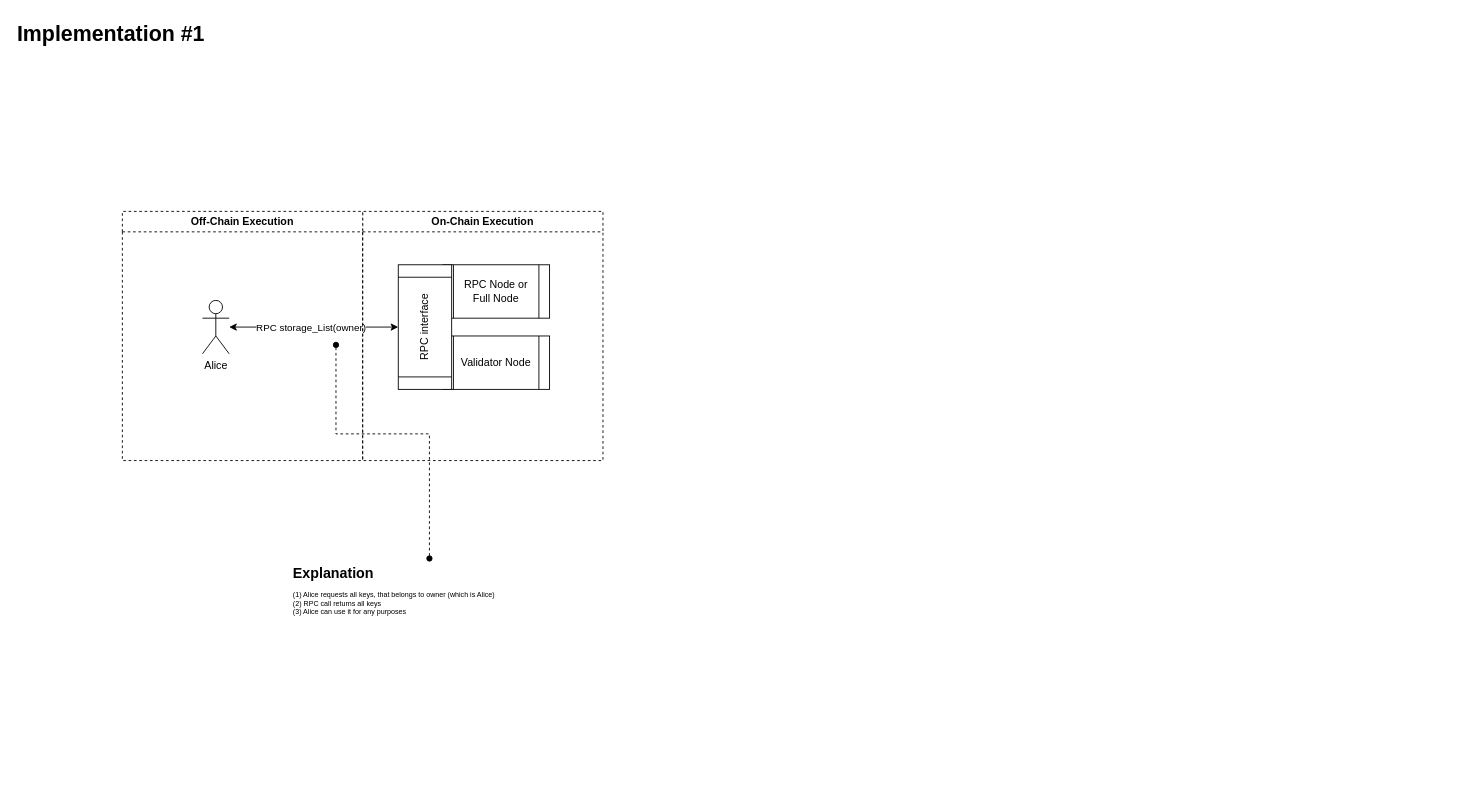
This is page "I1" (1 of 3) of docs/ADR/0011_implmentations_visualization.drawio from QuantumFusion-network/spec, a draw.io file, before an edit. Source tidied: cells renumbered, new cells numbered last; positions are measured from the earlier drawing's top-left corner, leaving out a move shared by most shapes. Both pictures are drawn from the tidied source at 89%, with x=0, y=0 at pixel (15, 15).
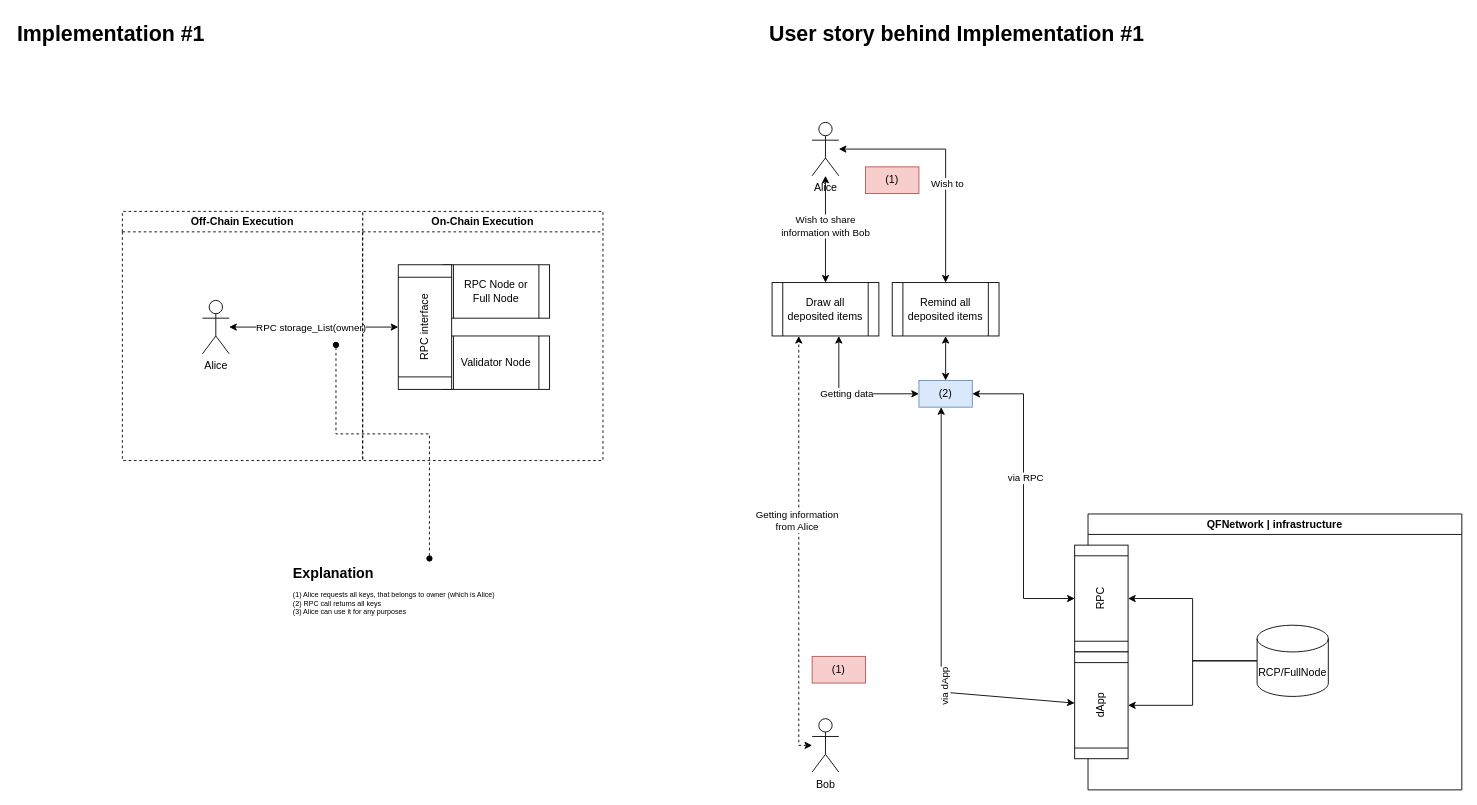
The same diagram, later.

Commit message (it also covers changes not shown here):
Add user's stories

What changed in the source:
```diff
@@
+    <mxCell id="13" value="&lt;h1 style=&quot;margin-top: 0px;&quot;&gt;User story behind Implementation #1&lt;/h1&gt;" style="text;html=1;whiteSpace=wrap;overflow=hidden;rounded=0;" parent="1" vertex="1">
+      <mxGeometry x="845" width="760" height="120" as="geometry" />
+    </mxCell>
+    <mxCell id="14" style="edgeStyle=orthogonalEdgeStyle;rounded=0;jettySize=auto;html=1;startArrow=classic;startFill=1;" parent="1" edge="1" source="18" target="21">
+      <mxGeometry relative="1" as="geometry" />
+    </mxCell>
+    <mxCell id="15" value="Wish to share&lt;br&gt;information with Bob" style="edgeLabel;html=1;align=center;verticalAlign=middle;" parent="14" vertex="1">
+      <mxGeometry x="-0.07" relative="1" as="geometry">
+        <mxPoint x="-1" as="offset" />
+      </mxGeometry>
+    </mxCell>
+    <mxCell id="16" style="edgeStyle=orthogonalEdgeStyle;rounded=0;jettySize=auto;html=1;startArrow=classic;startFill=1;" parent="1" edge="1" source="18" target="23">
+      <mxGeometry relative="1" as="geometry" />
+    </mxCell>
+    <mxCell id="17" value="Wish to" style="edgeLabel;html=1;align=center;verticalAlign=middle;" parent="16" vertex="1">
+      <mxGeometry x="0.17" y="1" relative="1" as="geometry" />
+    </mxCell>
+    <mxCell id="18" value="Alice" style="shape=umlActor;verticalLabelPosition=bottom;verticalAlign=top;html=1;outlineConnect=0;" parent="1" vertex="1">
+      <mxGeometry x="895" y="120" width="30" height="60" as="geometry" />
+    </mxCell>
+    <mxCell id="19" style="edgeStyle=orthogonalEdgeStyle;rounded=0;jettySize=auto;html=1;entryX=0;entryY=0.5;entryDx=0;entryDy=0;startArrow=classic;startFill=1;" parent="1" edge="1" source="21" target="35">
+      <mxGeometry relative="1" as="geometry">
+        <Array as="points">
+          <mxPoint x="925" y="425" />
+        </Array>
+      </mxGeometry>
+    </mxCell>
+    <mxCell id="20" value="Getting data" style="edgeLabel;html=1;align=center;verticalAlign=middle;" parent="19" vertex="1">
+      <mxGeometry x="-0.06" y="1" relative="1" as="geometry" />
+    </mxCell>
+    <mxCell id="21" value="Draw all deposited items" style="shape=process;whiteSpace=wrap;html=1;backgroundOutline=1;" parent="1" vertex="1">
+      <mxGeometry x="850" y="300" width="120" height="60" as="geometry" />
+    </mxCell>
+    <mxCell id="22" style="edgeStyle=orthogonalEdgeStyle;rounded=0;jettySize=auto;html=1;entryX=0.5;entryY=0;entryDx=0;entryDy=0;startArrow=classic;startFill=1;" parent="1" edge="1" source="23" target="35">
+      <mxGeometry relative="1" as="geometry" />
+    </mxCell>
+    <mxCell id="23" value="Remind all deposited items" style="shape=process;whiteSpace=wrap;html=1;backgroundOutline=1;" parent="1" vertex="1">
+      <mxGeometry x="985" y="300" width="120" height="60" as="geometry" />
+    </mxCell>
+    <mxCell id="24" value="QFNetwork | infrastructure" style="swimlane;whiteSpace=wrap;html=1;" parent="1" vertex="1">
+      <mxGeometry x="1205" y="560" width="420" height="310" as="geometry" />
+    </mxCell>
+    <mxCell id="25" value="RPC" style="shape=process;whiteSpace=wrap;html=1;backgroundOutline=1;rotation=-90;" parent="24" vertex="1">
+      <mxGeometry x="-45" y="65" width="120" height="60" as="geometry" />
+    </mxCell>
+    <mxCell id="26" value="dApp" style="shape=process;whiteSpace=wrap;html=1;backgroundOutline=1;rotation=-90;" parent="24" vertex="1">
+      <mxGeometry x="-45" y="185" width="120" height="60" as="geometry" />
+    </mxCell>
+    <mxCell id="27" style="edgeStyle=orthogonalEdgeStyle;rounded=0;jettySize=auto;html=1;entryX=0.5;entryY=1;entryDx=0;entryDy=0;" parent="24" edge="1" source="28" target="25">
+      <mxGeometry relative="1" as="geometry" />
+    </mxCell>
+    <mxCell id="28" value="RCP/FullNode" style="shape=cylinder3;whiteSpace=wrap;html=1;boundedLbl=1;backgroundOutline=1;size=15;" parent="24" vertex="1">
+      <mxGeometry x="190" y="125" width="80" height="80" as="geometry" />
+    </mxCell>
+    <mxCell id="29" style="edgeStyle=orthogonalEdgeStyle;rounded=0;jettySize=auto;html=1;entryX=0.5;entryY=1;entryDx=0;entryDy=0;" parent="24" edge="1" source="28" target="26">
+      <mxGeometry relative="1" as="geometry" />
+    </mxCell>
+    <mxCell id="30" value="(1)" style="text;html=1;align=center;verticalAlign=middle;whiteSpace=wrap;rounded=0;fillColor=#f8cecc;strokeColor=#b85450;" parent="1" vertex="1">
+      <mxGeometry x="955" y="170" width="60" height="30" as="geometry" />
+    </mxCell>
+    <mxCell id="31" style="edgeStyle=orthogonalEdgeStyle;rounded=0;jettySize=auto;html=1;entryX=0.5;entryY=0;entryDx=0;entryDy=0;startArrow=classic;startFill=1;" parent="1" edge="1" source="35" target="25">
+      <mxGeometry relative="1" as="geometry" />
+    </mxCell>
+    <mxCell id="32" value="via RPC" style="edgeLabel;html=1;align=center;verticalAlign=middle;" parent="31" vertex="1">
+      <mxGeometry x="-0.12" y="2" relative="1" as="geometry" />
+    </mxCell>
+    <mxCell id="33" style="edgeStyle=orthogonalEdgeStyle;rounded=0;jettySize=auto;html=1;startArrow=classic;startFill=1;" parent="1" edge="1" source="35" target="26">
+      <mxGeometry relative="1" as="geometry">
+        <Array as="points">
+          <mxPoint x="1040" y="760" />
+        </Array>
+      </mxGeometry>
+    </mxCell>
+    <mxCell id="34" value="via dApp" style="edgeLabel;html=1;align=center;verticalAlign=middle;rotation=-90;" parent="33" vertex="1">
+      <mxGeometry x="0.34" y="3" relative="1" as="geometry" />
+    </mxCell>
+    <mxCell id="35" value="(2)" style="text;html=1;align=center;verticalAlign=middle;whiteSpace=wrap;rounded=0;fillColor=#dae8fc;strokeColor=#6c8ebf;" parent="1" vertex="1">
+      <mxGeometry x="1015" y="410" width="60" height="30" as="geometry" />
+    </mxCell>
+    <mxCell id="36" style="edgeStyle=orthogonalEdgeStyle;rounded=0;jettySize=auto;html=1;entryX=0.25;entryY=1;entryDx=0;entryDy=0;dashed=1;startArrow=classic;startFill=1;" parent="1" edge="1" source="38" target="21">
+      <mxGeometry relative="1" as="geometry">
+        <Array as="points">
+          <mxPoint x="880" y="820" />
+        </Array>
+      </mxGeometry>
+    </mxCell>
+    <mxCell id="37" value="Getting information&lt;br&gt;from Alice" style="edgeLabel;html=1;align=center;verticalAlign=middle;" parent="36" vertex="1">
+      <mxGeometry x="0.13" y="3" relative="1" as="geometry" />
+    </mxCell>
+    <mxCell id="38" value="Bob" style="shape=umlActor;verticalLabelPosition=bottom;verticalAlign=top;html=1;outlineConnect=0;" parent="1" vertex="1">
+      <mxGeometry x="895" y="790" width="30" height="60" as="geometry" />
+    </mxCell>
+    <mxCell id="39" value="(1)" style="text;html=1;align=center;verticalAlign=middle;whiteSpace=wrap;rounded=0;fillColor=#f8cecc;strokeColor=#b85450;" parent="1" vertex="1">
+      <mxGeometry x="895" y="720" width="60" height="30" as="geometry" />
+    </mxCell>
```
